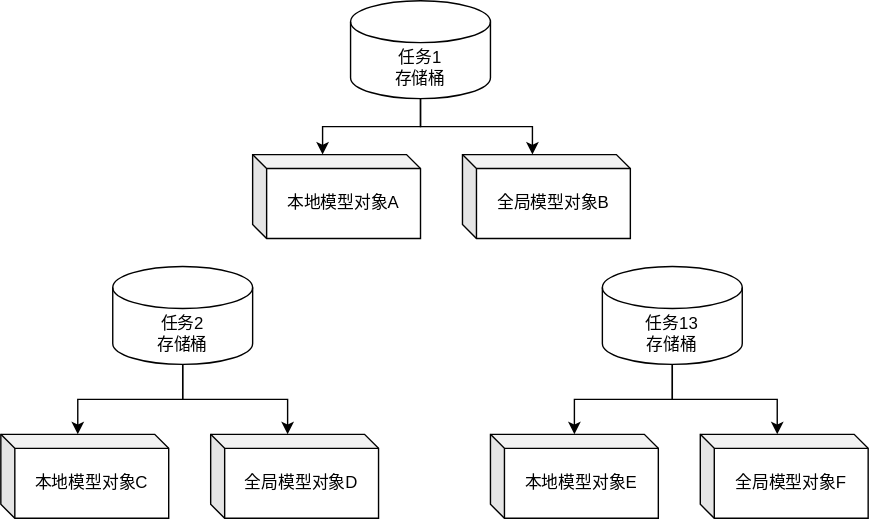
Earlier version of the draw.io export 模型对象存储(MINIO).svg (hiro942/drawio). Source tidied: cells renumbered, new cells last; positions are measured from the earlier drawing's top-left corner, leaving out a move shared by most shapes. The source it was exported from:
```xml
<mxGraphModel>
  <root>
    <mxCell id="0" />
    <mxCell id="1" parent="0" />
    <mxCell id="2" value="任务1&lt;div&gt;存储桶&lt;/div&gt;" style="shape=cylinder3;whiteSpace=wrap;html=1;boundedLbl=1;backgroundOutline=1;size=15;" parent="1" vertex="1">
      <mxGeometry x="250" width="100" height="70" as="geometry" />
    </mxCell>
    <mxCell id="3" value="任务2&lt;div&gt;存储桶&lt;/div&gt;" style="shape=cylinder3;whiteSpace=wrap;html=1;boundedLbl=1;backgroundOutline=1;size=15;" parent="1" vertex="1">
      <mxGeometry x="80" y="190" width="100" height="70" as="geometry" />
    </mxCell>
    <mxCell id="4" style="edgeStyle=orthogonalEdgeStyle;rounded=0;jettySize=auto;html=1;" parent="1" edge="1" source="5" target="8">
      <mxGeometry relative="1" as="geometry" />
    </mxCell>
    <mxCell id="5" value="任务13&lt;div&gt;存储桶&lt;/div&gt;" style="shape=cylinder3;whiteSpace=wrap;html=1;boundedLbl=1;backgroundOutline=1;size=15;" parent="1" vertex="1">
      <mxGeometry x="430" y="190" width="100" height="70" as="geometry" />
    </mxCell>
    <mxCell id="6" value="本地模型对象A" style="shape=cube;whiteSpace=wrap;html=1;boundedLbl=1;backgroundOutline=1;darkOpacity=0.05;darkOpacity2=0.1;size=10;" parent="1" vertex="1">
      <mxGeometry x="180" y="110" width="120" height="60" as="geometry" />
    </mxCell>
    <mxCell id="7" value="全局模型对象B" style="shape=cube;whiteSpace=wrap;html=1;boundedLbl=1;backgroundOutline=1;darkOpacity=0.05;darkOpacity2=0.1;size=10;" parent="1" vertex="1">
      <mxGeometry x="330" y="110" width="120" height="60" as="geometry" />
    </mxCell>
    <mxCell id="8" value="本地模型对象E" style="shape=cube;whiteSpace=wrap;html=1;boundedLbl=1;backgroundOutline=1;darkOpacity=0.05;darkOpacity2=0.1;size=10;" parent="1" vertex="1">
      <mxGeometry x="350" y="310" width="120" height="60" as="geometry" />
    </mxCell>
    <mxCell id="9" value="全局模型对象D" style="shape=cube;whiteSpace=wrap;html=1;boundedLbl=1;backgroundOutline=1;darkOpacity=0.05;darkOpacity2=0.1;size=10;" parent="1" vertex="1">
      <mxGeometry x="150" y="310" width="120" height="60" as="geometry" />
    </mxCell>
    <mxCell id="10" value="本地模型对象C" style="shape=cube;whiteSpace=wrap;html=1;boundedLbl=1;backgroundOutline=1;darkOpacity=0.05;darkOpacity2=0.1;size=10;" parent="1" vertex="1">
      <mxGeometry y="310" width="120" height="60" as="geometry" />
    </mxCell>
    <mxCell id="11" value="全局模型对象F" style="shape=cube;whiteSpace=wrap;html=1;boundedLbl=1;backgroundOutline=1;darkOpacity=0.05;darkOpacity2=0.1;size=10;" parent="1" vertex="1">
      <mxGeometry x="500" y="310" width="120" height="60" as="geometry" />
    </mxCell>
    <mxCell id="12" style="edgeStyle=orthogonalEdgeStyle;rounded=0;jettySize=auto;html=1;entryX=0;entryY=0;entryDx=50;entryDy=0;entryPerimeter=0;" parent="1" edge="1" source="2" target="6">
      <mxGeometry relative="1" as="geometry" />
    </mxCell>
    <mxCell id="13" style="edgeStyle=orthogonalEdgeStyle;rounded=0;jettySize=auto;html=1;entryX=0;entryY=0;entryDx=50;entryDy=0;entryPerimeter=0;" parent="1" edge="1" source="2" target="7">
      <mxGeometry relative="1" as="geometry" />
    </mxCell>
    <mxCell id="14" style="edgeStyle=orthogonalEdgeStyle;rounded=0;jettySize=auto;html=1;entryX=0;entryY=0;entryDx=55;entryDy=0;entryPerimeter=0;" parent="1" edge="1" source="3" target="10">
      <mxGeometry relative="1" as="geometry" />
    </mxCell>
    <mxCell id="15" style="edgeStyle=orthogonalEdgeStyle;rounded=0;jettySize=auto;html=1;entryX=0;entryY=0;entryDx=55;entryDy=0;entryPerimeter=0;" parent="1" edge="1" source="3" target="9">
      <mxGeometry relative="1" as="geometry" />
    </mxCell>
    <mxCell id="16" style="edgeStyle=orthogonalEdgeStyle;rounded=0;jettySize=auto;html=1;entryX=0;entryY=0;entryDx=55;entryDy=0;entryPerimeter=0;" parent="1" edge="1" source="5" target="11">
      <mxGeometry relative="1" as="geometry" />
    </mxCell>
  </root>
</mxGraphModel>
```
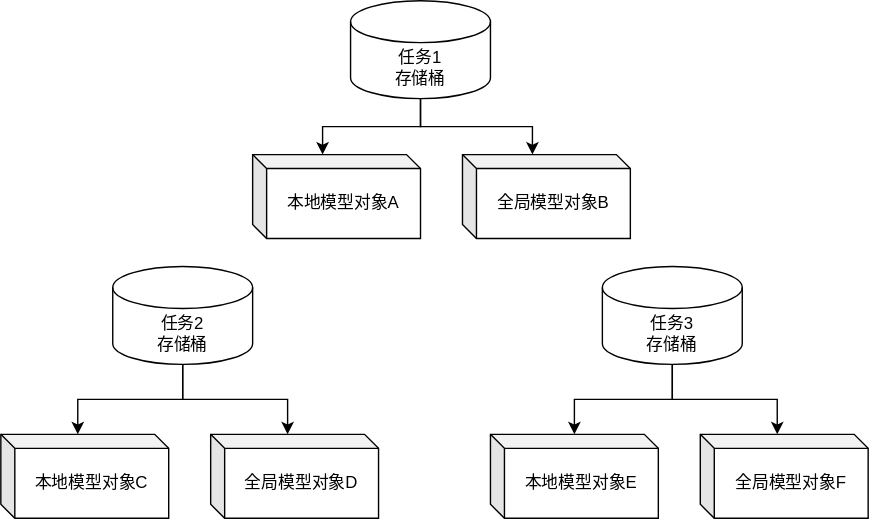
Later version of the same file.

Commit message:
更新模型对象存储(MINIO).svg

Change to the diagram source:
```diff
@@ -11,7 +11,7 @@
     <mxCell id="4" style="edgeStyle=orthogonalEdgeStyle;rounded=0;jettySize=auto;html=1;" parent="1" edge="1" source="5" target="8">
       <mxGeometry relative="1" as="geometry" />
     </mxCell>
-    <mxCell id="5" value="任务13&lt;div&gt;存储桶&lt;/div&gt;" style="shape=cylinder3;whiteSpace=wrap;html=1;boundedLbl=1;backgroundOutline=1;size=15;" parent="1" vertex="1">
+    <mxCell id="5" value="任务3&lt;div&gt;存储桶&lt;/div&gt;" style="shape=cylinder3;whiteSpace=wrap;html=1;boundedLbl=1;backgroundOutline=1;size=15;" parent="1" vertex="1">
       <mxGeometry x="430" y="190" width="100" height="70" as="geometry" />
     </mxCell>
     <mxCell id="6" value="本地模型对象A" style="shape=cube;whiteSpace=wrap;html=1;boundedLbl=1;backgroundOutline=1;darkOpacity=0.05;darkOpacity2=0.1;size=10;" parent="1" vertex="1">
```
